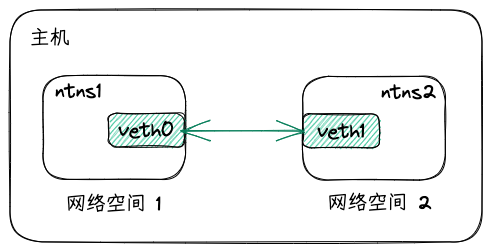
Above: static/excalidraw/docker/linux_veth_pair.excalidraw.png in iDukeLu/iDukeLu.github.io (Excalidraw), before the change. Source tidied: one line per element, renumbered; positions are measured from the earlier drawing's top-left corner, leaving out a move shared by most shapes.
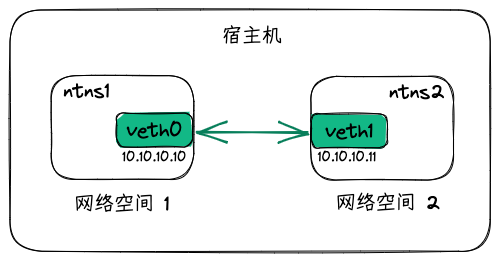
After the commit.

The edit, as a diff of the source:
```diff
@@ -1,13 +1,15 @@
-{"id": 0, "type": "rectangle", "strokeColor": "#000000", "strokeWidth": 1, "roughness": 1, "round": true, "x": 0, "y": 0, "width": 472, "height": 232}
+{"id": 0, "type": "rectangle", "strokeColor": "#000000", "strokeWidth": 1, "roughness": 1, "round": true, "x": -8, "y": 0, "width": 480, "height": 241}
 {"id": 1, "type": "rectangle", "strokeColor": "#000000", "strokeWidth": 1, "roughness": 1, "round": true, "x": 33, "y": 66, "width": 143, "height": 104}
-{"id": 2, "type": "rectangle", "strokeColor": "#000000", "backgroundColor": "#12b886", "fillStyle": "hachure", "strokeWidth": 1, "roughness": 1, "round": true, "x": 98, "y": 103, "width": 76, "height": 34}
+{"id": 2, "type": "rectangle", "strokeColor": "#000000", "backgroundColor": "#12b886", "fillStyle": "solid", "strokeWidth": 1, "roughness": 1, "round": true, "x": 98, "y": 103, "width": 76, "height": 34}
 {"id": 3, "type": "text", "text": "veth0", "strokeColor": "#000000", "strokeWidth": 1, "roughness": 1, "fontSize": 20, "fontFamily": 1, "textAlign": "center", "verticalAlign": "middle", "inside": 2, "x": 108, "y": 108, "width": 56, "height": 24}
 {"id": 4, "type": "text", "text": "ntns1", "strokeColor": "#000000", "strokeWidth": 1, "roughness": 1, "fontSize": 20, "fontFamily": 1, "x": 45, "y": 69, "width": 46, "height": 24}
 {"id": 5, "type": "text", "text": "网络空间 1", "strokeColor": "#000000", "strokeWidth": 1, "roughness": 1, "fontSize": 20, "fontFamily": 1, "x": 56, "y": 182, "width": 95, "height": 24}
 {"id": 6, "type": "rectangle", "strokeColor": "#000000", "strokeWidth": 1, "roughness": 1, "round": true, "x": 293, "y": 66, "width": 143, "height": 104}
-{"id": 7, "type": "rectangle", "strokeColor": "#000000", "backgroundColor": "#12b886", "fillStyle": "hachure", "strokeWidth": 1, "roughness": 1, "round": true, "x": 293, "y": 104, "width": 76, "height": 34}
+{"id": 7, "type": "rectangle", "strokeColor": "#000000", "backgroundColor": "#12b886", "fillStyle": "solid", "strokeWidth": 1, "roughness": 1, "round": true, "x": 293, "y": 104, "width": 76, "height": 34}
 {"id": 8, "type": "text", "text": "veth1", "strokeColor": "#000000", "strokeWidth": 1, "roughness": 1, "fontSize": 20, "fontFamily": 1, "textAlign": "center", "verticalAlign": "middle", "inside": 7, "x": 307, "y": 109, "width": 48, "height": 24}
 {"id": 9, "type": "text", "text": "ntns2", "strokeColor": "#000000", "strokeWidth": 1, "roughness": 1, "fontSize": 20, "fontFamily": 1, "x": 371, "y": 70, "width": 55, "height": 24}
 {"id": 10, "type": "text", "text": "网络空间 2", "strokeColor": "#000000", "strokeWidth": 1, "roughness": 1, "fontSize": 20, "fontFamily": 1, "x": 318, "y": 181, "width": 104, "height": 24}
-{"id": 11, "type": "arrow", "strokeColor": "#087f5b", "strokeWidth": 1, "roughness": 1, "startArrowhead": "arrow", "endArrowhead": "arrow", "round": true, "x": 172, "y": 121, "width": 123, "height": 0, "points": [[0, 0], [123, 0]]}
+{"id": 11, "type": "arrow", "strokeColor": "#087f5b", "strokeWidth": 2, "roughness": 1, "startArrowhead": "arrow", "endArrowhead": "arrow", "round": true, "from": 2, "to": 7, "x": 180, "y": 122, "width": 109, "height": 0, "points": [[0, 0], [109, 0]]}
-{"id": 12, "type": "text", "text": "主机", "strokeColor": "#000000", "strokeWidth": 1, "roughness": 1, "fontSize": 20, "fontFamily": 1, "x": 20, "y": 16, "width": 40, "height": 24}
+{"id": 12, "type": "text", "text": "宿主机", "strokeColor": "#000000", "strokeWidth": 1, "roughness": 1, "fontSize": 20, "fontFamily": 1, "x": 204, "y": 14, "width": 60, "height": 24}
+{"id": 13, "type": "text", "text": "10.10.10.10", "strokeColor": "#000000", "strokeWidth": 1, "roughness": 1, "fontSize": 13.82, "fontFamily": 1, "x": 104, "y": 139, "width": 64, "height": 16}
+{"id": 14, "type": "text", "text": "10.10.10.11", "strokeColor": "#000000", "strokeWidth": 1, "roughness": 1, "fontSize": 13.82, "fontFamily": 1, "x": 300, "y": 140, "width": 59, "height": 16}
```
